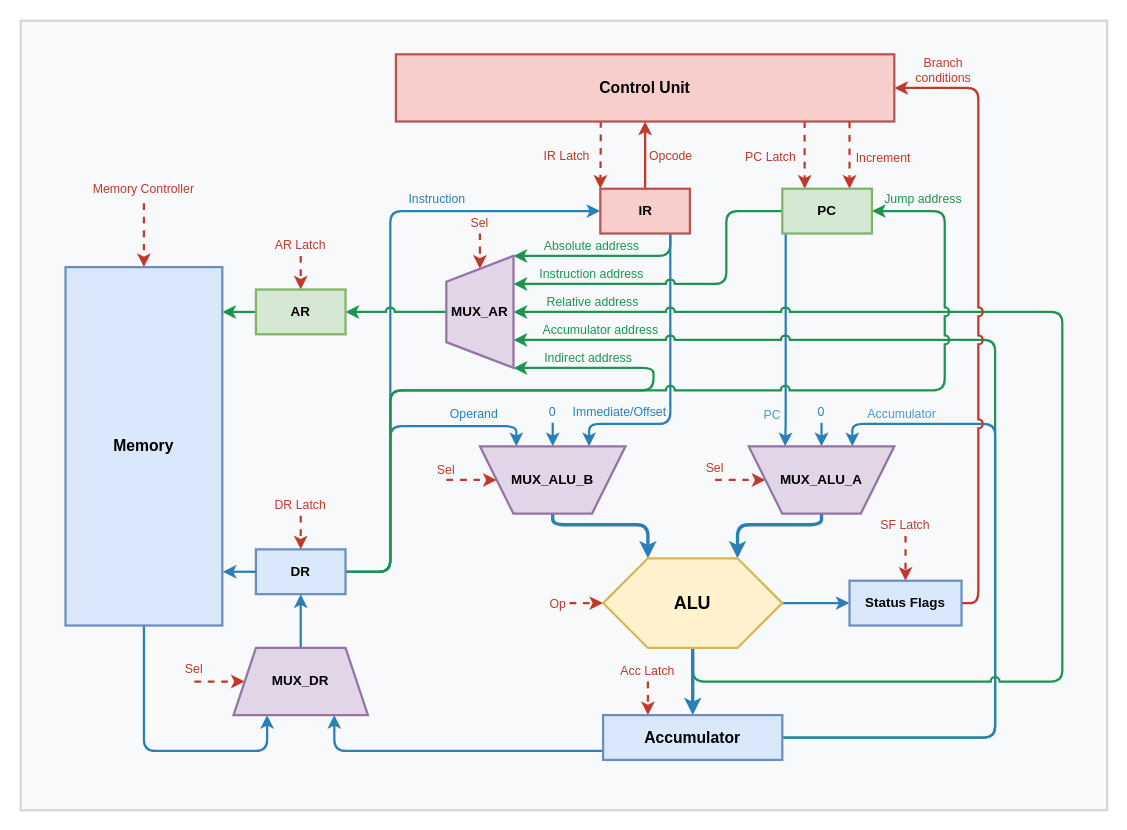
This is src/csa-lab3-scheme.drawio from s4dnex/csa-lab3-scheme, a draw.io file, before an edit. Source tidied: cells renumbered, new cells numbered last; positions are measured from the earlier drawing's top-left corner, leaving out a move shared by most shapes. Both pictures are drawn from the tidied source at 112%, with x=0, y=0 at pixel (20, 20).
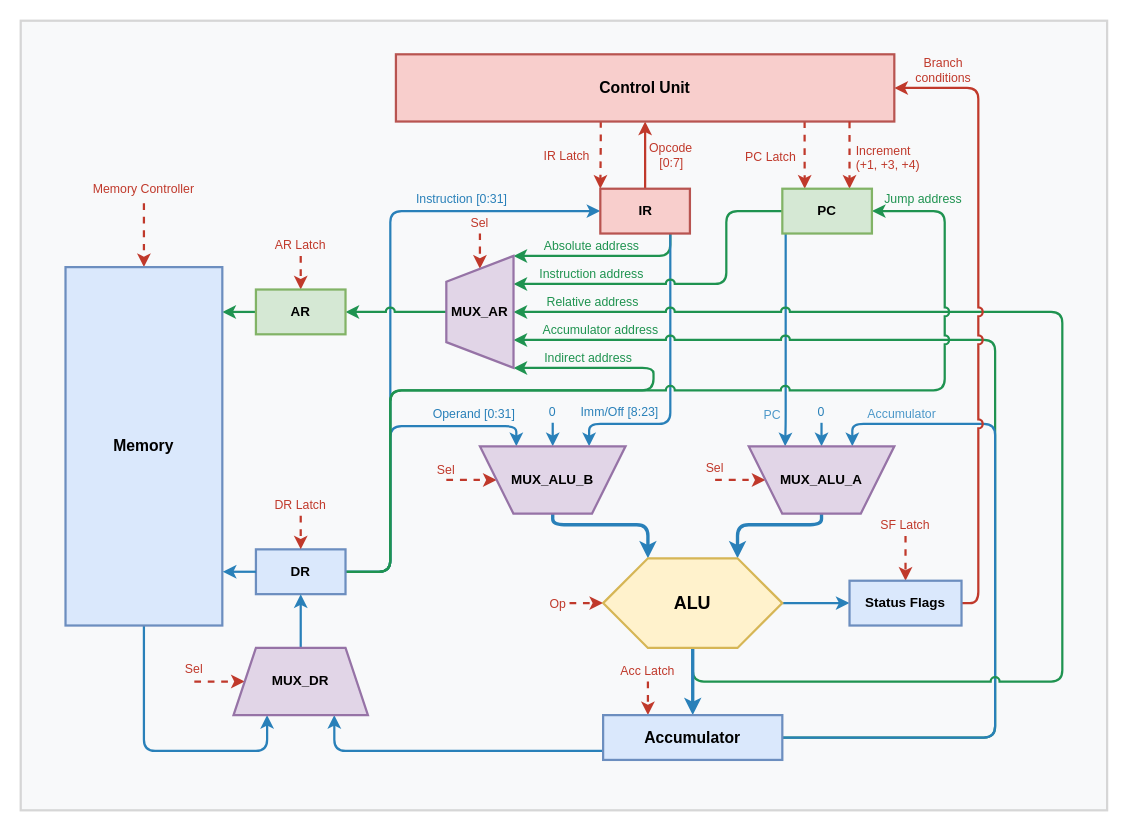
The same diagram, later.

Commit message (it also covers changes not shown here):
build: ✨ add bus widths

Unchanged cells that the change refers to:
```xml
<mxCell id="39" value="&lt;span style=&quot;&quot;&gt;&lt;font style=&quot;color: light-dark(rgb(0, 0, 0), rgb(237, 237, 237));&quot;&gt;MUX_ALU_B&lt;/font&gt;&lt;/span&gt;" style="verticalLabelPosition=middle;verticalAlign=middle;html=1;shape=trapezoid;perimeter=trapezoidPerimeter;whiteSpace=wrap;size=0.23;arcSize=15;flipV=1;labelPosition=center;align=center;rounded=0;strokeColor=#9673a6;strokeWidth=2;fontFamily=Helvetica;fontSize=12;fontColor=light-dark(#000000,#EDEDED);fontStyle=1;fillColor=#e1d5e7;" parent="1" vertex="1">
  <mxGeometry x="410" y="380" width="130" height="60" as="geometry" />
</mxCell>
<mxCell id="41" value="Control Unit" style="whiteSpace=wrap;strokeWidth=2;fillColor=#F8CECC;strokeColor=#B85450;fontColor=#000000;fontStyle=1;fontSize=14;" parent="1" vertex="1">
  <mxGeometry x="335" y="30" width="445" height="60" as="geometry" />
</mxCell>
<mxCell id="46" value="PC" style="whiteSpace=wrap;strokeWidth=2;fillColor=#d5e8d4;strokeColor=#82b366;fontColor=#000000;fontStyle=1;" parent="1" vertex="1">
  <mxGeometry x="680" y="150" width="80" height="40" as="geometry" />
</mxCell>
<mxCell id="47" value="IR" style="whiteSpace=wrap;strokeWidth=2;fillColor=light-dark(#F8CECC,#512D2B);strokeColor=light-dark(#B85450,#D7817E);fontColor=light-dark(#000000,#FFFFFF);fontStyle=1;" parent="1" vertex="1">
  <mxGeometry x="517.5" y="150" width="80" height="40" as="geometry" />
</mxCell>
<mxCell id="49" value="DR" style="whiteSpace=wrap;strokeWidth=2;fillColor=light-dark(#DAE8FC,#1D293B);strokeColor=#6C8EBF;fontColor=light-dark(#000000,#FFFFFF);fontStyle=1;align=center;verticalAlign=middle;fontFamily=Helvetica;fontSize=12;" parent="1" vertex="1">
  <mxGeometry x="210" y="472" width="80" height="40" as="geometry" />
</mxCell>
```

Diff of the diagram source:
```diff
@@
-    <mxCell id="3" value="Operand" style="edgeStyle=orthogonalEdgeStyle;rounded=1;strokeWidth=2;strokeColor=#2980b9;labelBackgroundColor=none;horizontal=1;labelPosition=center;verticalLabelPosition=top;align=center;verticalAlign=bottom;fontColor=#2980B9;spacing=4;exitX=1;exitY=0.5;exitDx=0;exitDy=0;entryX=0.25;entryY=0;entryDx=0;entryDy=0;" parent="1" edge="1" target="39">
+    <mxCell id="3" value="Operand [0:31]" style="edgeStyle=orthogonalEdgeStyle;rounded=1;strokeWidth=2;strokeColor=#2980b9;labelBackgroundColor=none;horizontal=1;labelPosition=center;verticalLabelPosition=top;align=center;verticalAlign=bottom;fontColor=#2980B9;spacing=4;exitX=1;exitY=0.5;exitDx=0;exitDy=0;entryX=0.25;entryY=0;entryDx=0;entryDy=0;" parent="1" edge="1" target="39">
       <mxGeometry x="0.63" relative="1" as="geometry">
         <mxPoint x="290" y="492" as="sourcePoint" />
         <Array as="points">
           <mxPoint x="330" y="492" />
           <mxPoint x="330" y="362" />
           <mxPoint x="442" y="362" />
         </Array>
       </mxGeometry>
     </mxCell>
@@
-    <mxCell id="8" value="Immediate/Offset" style="edgeStyle=orthogonalEdgeStyle;rounded=1;strokeWidth=2;strokeColor=#2980b9;labelBackgroundColor=none;horizontal=1;fontColor=#2980B9;labelPosition=center;verticalLabelPosition=top;align=center;verticalAlign=bottom;spacingRight=0;spacing=4;entryX=0.75;entryY=0;entryDx=0;entryDy=0;exitX=0.781;exitY=1;exitDx=0;exitDy=0;exitPerimeter=0;" parent="1" edge="1" source="47" target="39">
+    <mxCell id="8" value="Imm/Off [8:23]" style="edgeStyle=orthogonalEdgeStyle;rounded=1;strokeWidth=2;strokeColor=#2980b9;labelBackgroundColor=none;horizontal=1;fontColor=#2980B9;labelPosition=center;verticalLabelPosition=top;align=center;verticalAlign=bottom;spacingRight=0;spacing=4;entryX=0.75;entryY=0;entryDx=0;entryDy=0;exitX=0.781;exitY=1;exitDx=0;exitDy=0;exitPerimeter=0;" parent="1" edge="1" source="47" target="39">
       <mxGeometry x="0.64" relative="1" as="geometry">
         <Array as="points">
           <mxPoint x="580" y="360" />
           <mxPoint x="508" y="360" />
         </Array>
       </mxGeometry>
     </mxCell>
-    <mxCell id="9" value="Instruction" style="edgeStyle=orthogonalEdgeStyle;rounded=1;strokeWidth=2;strokeColor=#2980b9;labelBackgroundColor=none;horizontal=1;labelPosition=center;verticalLabelPosition=top;align=center;verticalAlign=bottom;fontColor=#2980B9;spacing=4;exitX=1;exitY=0.5;exitDx=0;exitDy=0;" parent="1" edge="1" source="49" target="47">
-      <mxGeometry x="0.47" relative="1" as="geometry">
+    <mxCell id="9" value="Instruction [0:31]" style="edgeStyle=orthogonalEdgeStyle;rounded=1;strokeWidth=2;strokeColor=#2980b9;labelBackgroundColor=none;horizontal=1;labelPosition=center;verticalLabelPosition=top;align=center;verticalAlign=bottom;fontColor=#2980B9;spacing=4;exitX=1;exitY=0.5;exitDx=0;exitDy=0;" parent="1" edge="1" source="49" target="47">
+      <mxGeometry x="0.55" relative="1" as="geometry">
         <Array as="points">
           <mxPoint x="330" y="492" />
           <mxPoint x="330" y="170" />
         </Array>
       </mxGeometry>
     </mxCell>
@@
-    <mxCell id="20" value="Opcode" style="edgeStyle=orthogonalEdgeStyle;rounded=1;strokeWidth=2;strokeColor=#c0392b;labelBackgroundColor=none;fontColor=#C0392B;exitX=0.5;exitY=0;exitDx=0;exitDy=0;labelPosition=right;verticalLabelPosition=middle;align=left;verticalAlign=middle;" parent="1" edge="1" source="47" target="41">
-      <mxGeometry x="0.01" y="-2" relative="1" as="geometry">
+    <mxCell id="20" value="Opcode&#10;   [0:7]" style="edgeStyle=orthogonalEdgeStyle;rounded=1;strokeWidth=2;strokeColor=#c0392b;labelBackgroundColor=none;fontColor=#C0392B;exitX=0.5;exitY=0;exitDx=0;exitDy=0;labelPosition=right;verticalLabelPosition=middle;align=left;verticalAlign=middle;" parent="1" edge="1" source="47" target="41">
+      <mxGeometry y="-2" relative="1" as="geometry">
         <Array as="points">
           <mxPoint x="558" y="140" />
           <mxPoint x="558" y="140" />
         </Array>
       </mxGeometry>
     </mxCell>
@@
-    <mxCell id="42" value="Increment" style="edgeStyle=orthogonalEdgeStyle;rounded=1;dashed=1;strokeWidth=2;strokeColor=#c0392b;fontColor=#c0392b;fontSize=11;labelBackgroundColor=none;exitX=0.912;exitY=1;exitDx=0;exitDy=0;exitPerimeter=0;entryX=0.75;entryY=0;entryDx=0;entryDy=0;labelPosition=right;verticalLabelPosition=middle;align=left;verticalAlign=middle;" parent="1" edge="1" source="41" target="46">
+    <mxCell id="42" value="Increment&#10;(+1, +3, +4)" style="edgeStyle=orthogonalEdgeStyle;rounded=1;dashed=1;strokeWidth=2;strokeColor=#c0392b;fontColor=#c0392b;fontSize=11;labelBackgroundColor=none;exitX=0.912;exitY=1;exitDx=0;exitDy=0;exitPerimeter=0;entryX=0.75;entryY=0;entryDx=0;entryDy=0;labelPosition=right;verticalLabelPosition=middle;align=left;verticalAlign=middle;" parent="1" edge="1" source="41" target="46">
       <mxGeometry x="0.05" y="4" relative="1" as="geometry">
         <Array as="points">
           <mxPoint x="741" y="150" />
         </Array>
       </mxGeometry>
     </mxCell>
```
